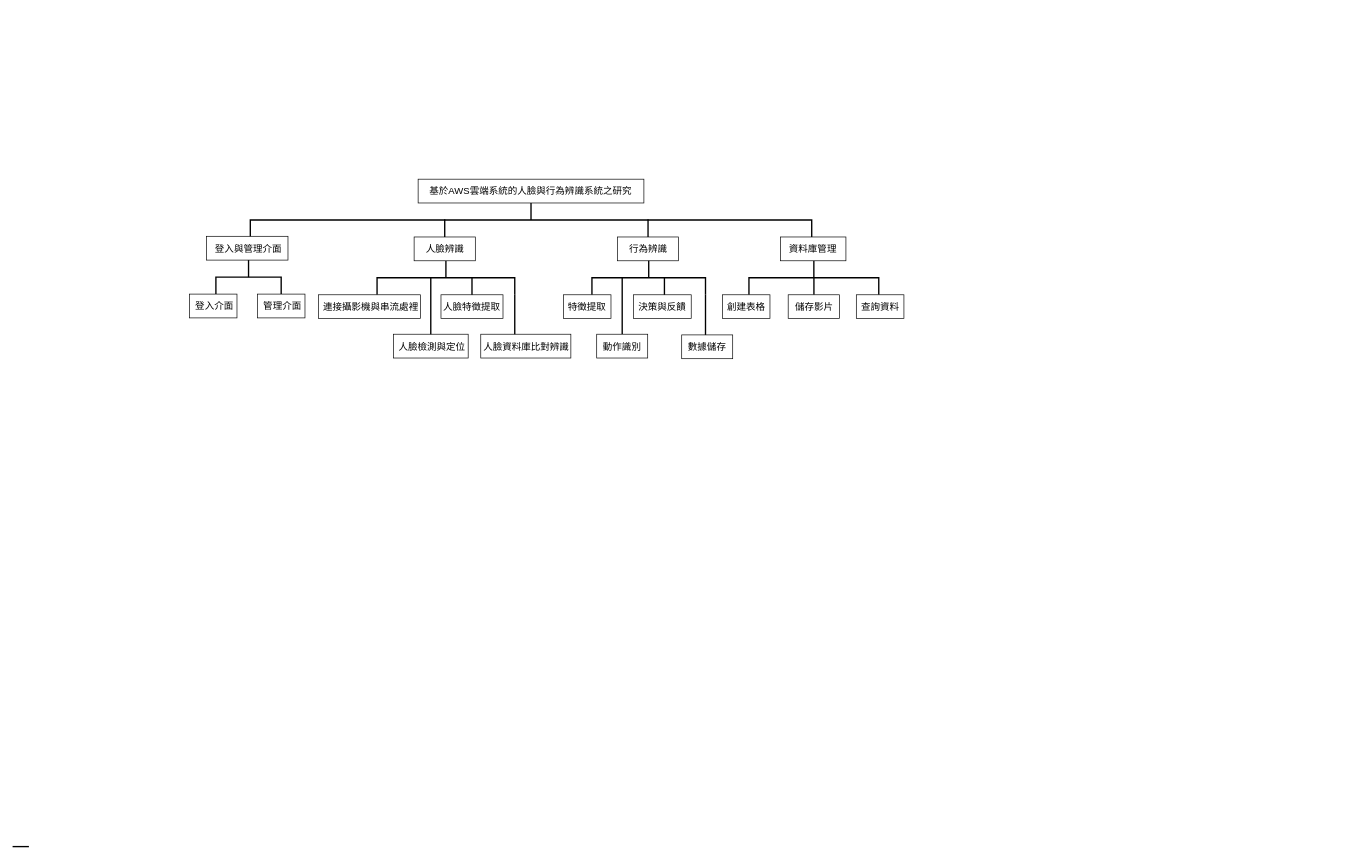
Above: diagram/未命名绘图.drawio in sen2003/aws_faceDetect_project (draw.io), before the change. Source tidied: cells renumbered, new cells numbered last; positions are measured from the earlier drawing's top-left corner, leaving out a move shared by most shapes. Both pictures are drawn from the tidied source at 68%, with x=0, y=0 at pixel (12, -61).
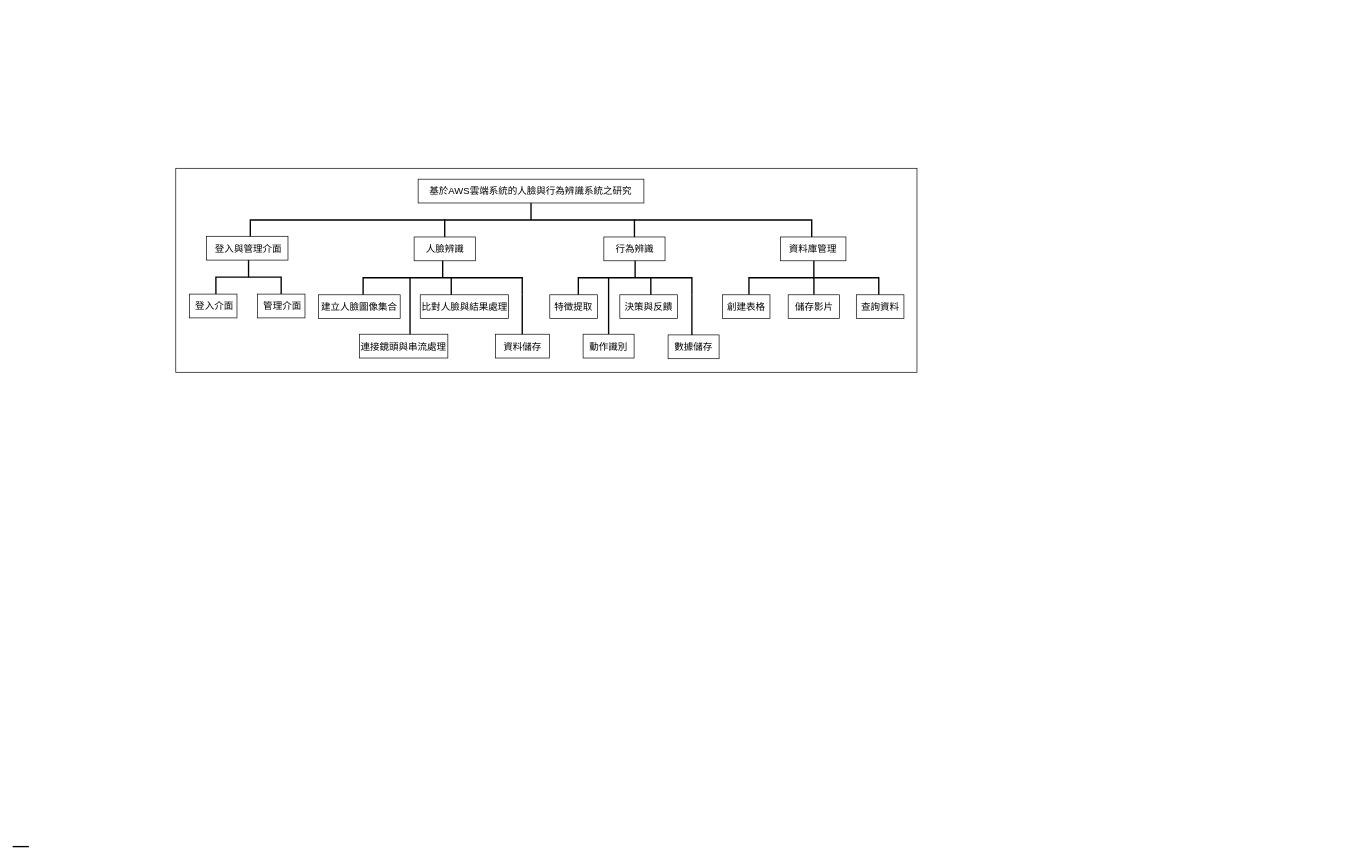
The same page after the edit.

Commit message (it also covers changes not shown here):
更新未命名绘图.drawio

The change refers to these unchanged cells:
```xml
<mxCell id="3" style="group;" parent="2" vertex="1">
  <mxGeometry x="-186" y="246" width="1367" height="505.6" as="geometry" />
</mxCell>
```

Diff of the diagram source:
```diff
@@
+    <mxCell id="49" style="rounded=0;whiteSpace=wrap;html=1;" parent="1" vertex="1">
+      <mxGeometry x="240" y="337" width="1090" height="300" as="geometry" />
+    </mxCell>
@@
     <mxCell id="6" style="group;" parent="3" vertex="1">
-      <mxGeometry x="166" y="120" width="371" height="143" as="geometry" />
+      <mxGeometry x="166" y="120" width="373.5" height="143" as="geometry" />
     </mxCell>
+    <mxCell id="17" style="group;" parent="6" vertex="1">
+      <mxGeometry x="140.5" y="-61" width="90" height="61" as="geometry" />
+    </mxCell>
+    <mxCell id="18" style="line;strokeWidth=2;direction=south;html=1;perimeter=backbonePerimeter;" parent="17" vertex="1">
+      <mxGeometry x="40" width="10" height="26" as="geometry" />
+    </mxCell>
+    <mxCell id="19" value="&lt;font style=&quot;font-size: 14px;&quot;&gt;人臉辨識&lt;/font&gt;" style="rounded=0;whiteSpace=wrap;html=1;" parent="17" vertex="1">
+      <mxGeometry y="26" width="90" height="35" as="geometry" />
+    </mxCell>
+    <mxCell id="50" style="group;" parent="6" vertex="1">
+      <mxGeometry width="353" height="143" as="geometry" />
+    </mxCell>
-    <mxCell id="7" style="edgeStyle=orthogonalEdgeStyle;rounded=0;jettySize=auto;html=1;exitX=1;exitY=0;exitDx=0;exitDy=0;exitPerimeter=0;endArrow=none;endFill=0;strokeWidth=2;" parent="6" edge="1" source="8">
+    <mxCell id="7" style="edgeStyle=orthogonalEdgeStyle;rounded=0;jettySize=auto;html=1;exitX=1;exitY=0;exitDx=0;exitDy=0;exitPerimeter=0;endArrow=none;endFill=0;strokeWidth=2;" parent="50" edge="1" source="8">
       <mxGeometry relative="1" as="geometry">
-        <mxPoint x="328.5" y="115" as="targetPoint" />
+        <mxPoint x="308" y="115" as="targetPoint" />
         <Array as="points">
-          <mxPoint x="288.5" y="115" />
+          <mxPoint x="299.5" y="50" />
+          <mxPoint x="299.5" y="115" />
         </Array>
       </mxGeometry>
     </mxCell>
-    <mxCell id="8" style="strokeWidth=2;html=1;shape=mxgraph.flowchart.annotation_2;align=left;labelPosition=right;direction=south;" parent="6" vertex="1">
-      <mxGeometry x="86" width="202.5" height="50" as="geometry" />
+    <mxCell id="8" style="strokeWidth=2;html=1;shape=mxgraph.flowchart.annotation_2;align=left;labelPosition=right;direction=south;" parent="50" vertex="1">
+      <mxGeometry x="65.5" width="234" height="50" as="geometry" />
     </mxCell>
-    <mxCell id="9" value="&lt;div style=&quot;font-size: 14px;&quot;&gt;&lt;font style=&quot;font-size: 14px;&quot;&gt;&amp;nbsp;連接攝影機與串流處裡&lt;/font&gt;&lt;/div&gt;" style="rounded=0;whiteSpace=wrap;html=1;align=center;" parent="6" vertex="1">
-      <mxGeometry y="50" width="150" height="35" as="geometry" />
+    <mxCell id="9" value="&lt;div style=&quot;font-size: 14px;&quot;&gt;建立人臉圖像集合&lt;/div&gt;" style="rounded=0;whiteSpace=wrap;html=1;align=center;" parent="50" vertex="1">
+      <mxGeometry y="50" width="120" height="35" as="geometry" />
     </mxCell>
-    <mxCell id="10" style="group;" parent="6" vertex="1">
-      <mxGeometry x="110" y="82" width="110" height="61" as="geometry" />
+    <mxCell id="10" style="group;" parent="50" vertex="1">
+      <mxGeometry x="69.5" y="82" width="110" height="61" as="geometry" />
     </mxCell>
-    <mxCell id="11" value="&lt;div&gt;&lt;font style=&quot;font-size: 14px;&quot;&gt;&amp;nbsp;人臉檢測與定位&lt;/font&gt;&lt;/div&gt;" style="rounded=0;whiteSpace=wrap;html=1;align=center;" parent="10" vertex="1">
-      <mxGeometry y="26" width="110" height="35" as="geometry" />
+    <mxCell id="11" value="&lt;div&gt;&lt;font style=&quot;font-size: 14px;&quot;&gt;連接鏡頭與串流處理&lt;/font&gt;&lt;/div&gt;" style="rounded=0;whiteSpace=wrap;html=1;align=center;" parent="10" vertex="1">
+      <mxGeometry x="-9.4" y="26" width="130" height="35" as="geometry" />
     </mxCell>
-    <mxCell id="12" style="group;" parent="6" vertex="1">
-      <mxGeometry x="180" y="24" width="91.2" height="61" as="geometry" />
+    <mxCell id="12" style="group;" parent="50" vertex="1">
+      <mxGeometry x="149.5" y="24" width="130" height="61" as="geometry" />
     </mxCell>
-    <mxCell id="13" value="&lt;div style=&quot;font-size: 14px;&quot;&gt;&lt;font style=&quot;font-size: 14px;&quot;&gt;人臉特徵提取&lt;/font&gt;&lt;/div&gt;" style="rounded=0;whiteSpace=wrap;html=1;" parent="12" vertex="1">
-      <mxGeometry y="26" width="91.2" height="35" as="geometry" />
+    <mxCell id="13" value="&lt;div style=&quot;font-size: 14px;&quot;&gt;&lt;font style=&quot;font-size: 14px;&quot;&gt;比對人臉與結果處理&lt;/font&gt;&lt;/div&gt;" style="rounded=0;whiteSpace=wrap;html=1;" parent="12" vertex="1">
+      <mxGeometry y="26" width="130" height="35" as="geometry" />
     </mxCell>
@@
-    <mxCell id="15" value="&lt;div style=&quot;font-size: 14px;&quot;&gt;&lt;font style=&quot;font-size: 14px;&quot;&gt;人臉資料庫比對辨識&lt;/font&gt;&lt;/div&gt;" style="rounded=0;whiteSpace=wrap;html=1;" parent="6" vertex="1">
-      <mxGeometry x="238.5" y="108" width="132.5" height="35" as="geometry" />
+    <mxCell id="15" value="&lt;div style=&quot;font-size: 14px;&quot;&gt;&lt;font style=&quot;font-size: 14px;&quot;&gt;資料儲存&lt;/font&gt;&lt;/div&gt;" style="rounded=0;whiteSpace=wrap;html=1;" parent="50" vertex="1">
+      <mxGeometry x="260" y="108" width="79.5" height="35" as="geometry" />
     </mxCell>
-    <mxCell id="16" style="line;strokeWidth=2;direction=south;html=1;perimeter=backbonePerimeter;" parent="6" vertex="1">
-      <mxGeometry x="160" y="24" width="10" height="84" as="geometry" />
+    <mxCell id="16" style="line;strokeWidth=2;direction=south;html=1;perimeter=backbonePerimeter;" parent="50" vertex="1">
+      <mxGeometry x="129.5" y="24" width="10" height="84" as="geometry" />
     </mxCell>
-    <mxCell id="17" style="group;" parent="6" vertex="1">
-      <mxGeometry x="140.5" y="-61" width="90" height="61" as="geometry" />
-    </mxCell>
-    <mxCell id="18" style="line;strokeWidth=2;direction=south;html=1;perimeter=backbonePerimeter;" parent="17" vertex="1">
-      <mxGeometry x="40" width="10" height="26" as="geometry" />
-    </mxCell>
-    <mxCell id="19" value="&lt;font style=&quot;font-size: 14px;&quot;&gt;人臉辨識&lt;/font&gt;" style="rounded=0;whiteSpace=wrap;html=1;" parent="17" vertex="1">
-      <mxGeometry y="26" width="90" height="35" as="geometry" />
-    </mxCell>
@@
     <mxCell id="30" style="group;" parent="3" vertex="1">
-      <mxGeometry x="526" y="59" width="249" height="205" as="geometry" />
+      <mxGeometry x="506" y="59" width="249" height="205" as="geometry" />
     </mxCell>
```
